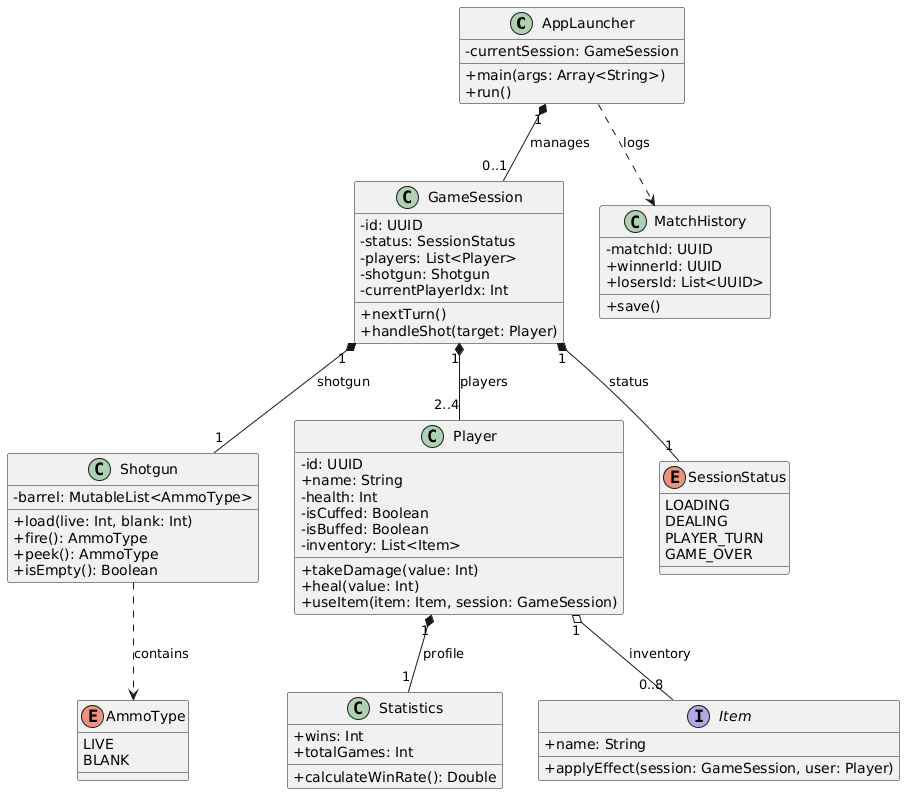
ermmmaks/CasePracticeKT keeps this PlantUML diagram as diargam.png. Above is the earlier version. Source of this version:
```plantuml
@startuml
skinparam classAttributeIconSize 0


class AppLauncher {
    - currentSession: GameSession
    + main(args: Array<String>)
    + run()
}

class GameSession {
    - id: UUID
    - status: SessionStatus
    - players: List<Player>
    - shotgun: Shotgun
    - currentPlayerIdx: Int

    + nextTurn()
    + handleShot(target: Player)
}

class Shotgun {
    - barrel: MutableList<AmmoType>
    + load(live: Int, blank: Int)
    + fire(): AmmoType
    + peek(): AmmoType
    + isEmpty(): Boolean
}

class Player {
    - id: UUID
    + name: String
    - health: Int
    - isCuffed: Boolean
    - isBuffed: Boolean
    - inventory: List<Item>

    + takeDamage(value: Int)
    + heal(value: Int)
    + useItem(item: Item, session: GameSession)
}

class Statistics {
    + wins: Int
    + totalGames: Int
    + calculateWinRate(): Double
}

class MatchHistory {
    - matchId: UUID
    + winnerId: UUID
    + losersId: List<UUID>
    + save()
}


enum AmmoType {
    LIVE
    BLANK
}

enum SessionStatus {
    LOADING
    DEALING
    PLAYER_TURN
    GAME_OVER
}


interface Item {
    + name: String
    + applyEffect(session: GameSession, user: Player)
}


AppLauncher "1" *-- "0..1" GameSession : manages
GameSession "1" *-- "2..4" Player : players
GameSession "1" *-- "1" Shotgun : shotgun
GameSession "1" *-- "1" SessionStatus : status

Player "1" *-- "1" Statistics : profile
Player "1" o-- "0..8" Item : inventory

Shotgun ..> AmmoType : contains
AppLauncher ..> MatchHistory : logs
@enduml
```
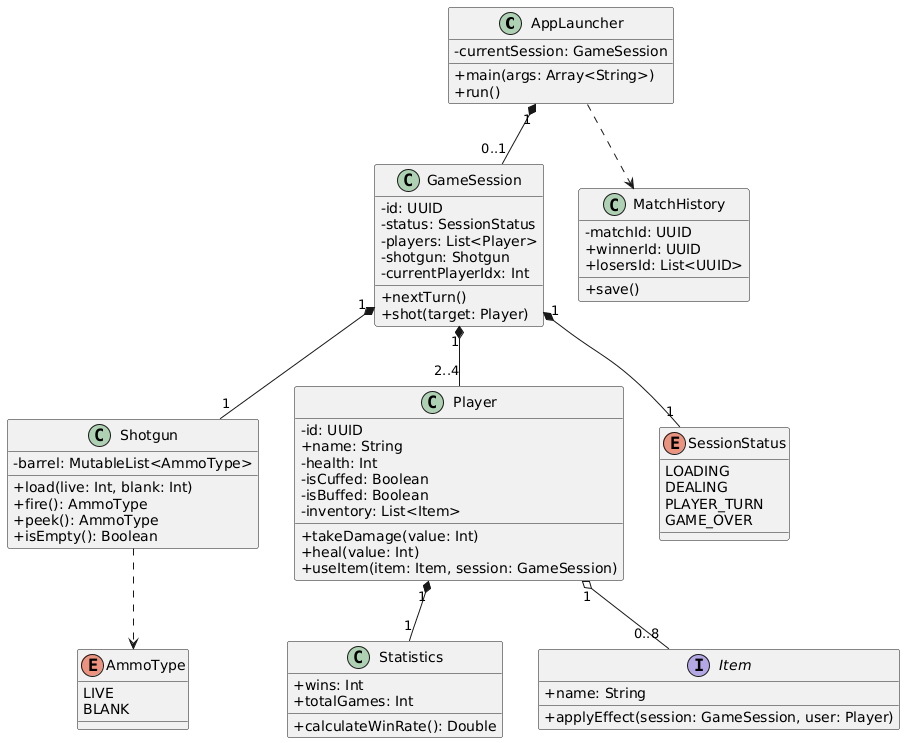
The same file after the commit.

What changed in the source:
```diff
@@ -16,7 +16,7 @@
     - currentPlayerIdx: Int
 
     + nextTurn()
-    + handleShot(target: Player)
+    + shot(target: Player)
 }
 
 class Shotgun {
@@ -73,14 +73,14 @@
 }
 
 
-AppLauncher "1" *-- "0..1" GameSession : manages
-GameSession "1" *-- "2..4" Player : players
-GameSession "1" *-- "1" Shotgun : shotgun
-GameSession "1" *-- "1" SessionStatus : status
+AppLauncher "1" *-- "0..1" GameSession
+GameSession "1" *-- "2..4" Player
+GameSession "1" *-- "1" Shotgun
+GameSession "1" *-- "1" SessionStatus
 
-Player "1" *-- "1" Statistics : profile
-Player "1" o-- "0..8" Item : inventory
+Player "1" *-- "1" Statistics
+Player "1" o-- "0..8" Item
 
-Shotgun ..> AmmoType : contains
-AppLauncher ..> MatchHistory : logs
+Shotgun ..> AmmoType
+AppLauncher ..> MatchHistory
 @enduml
```
